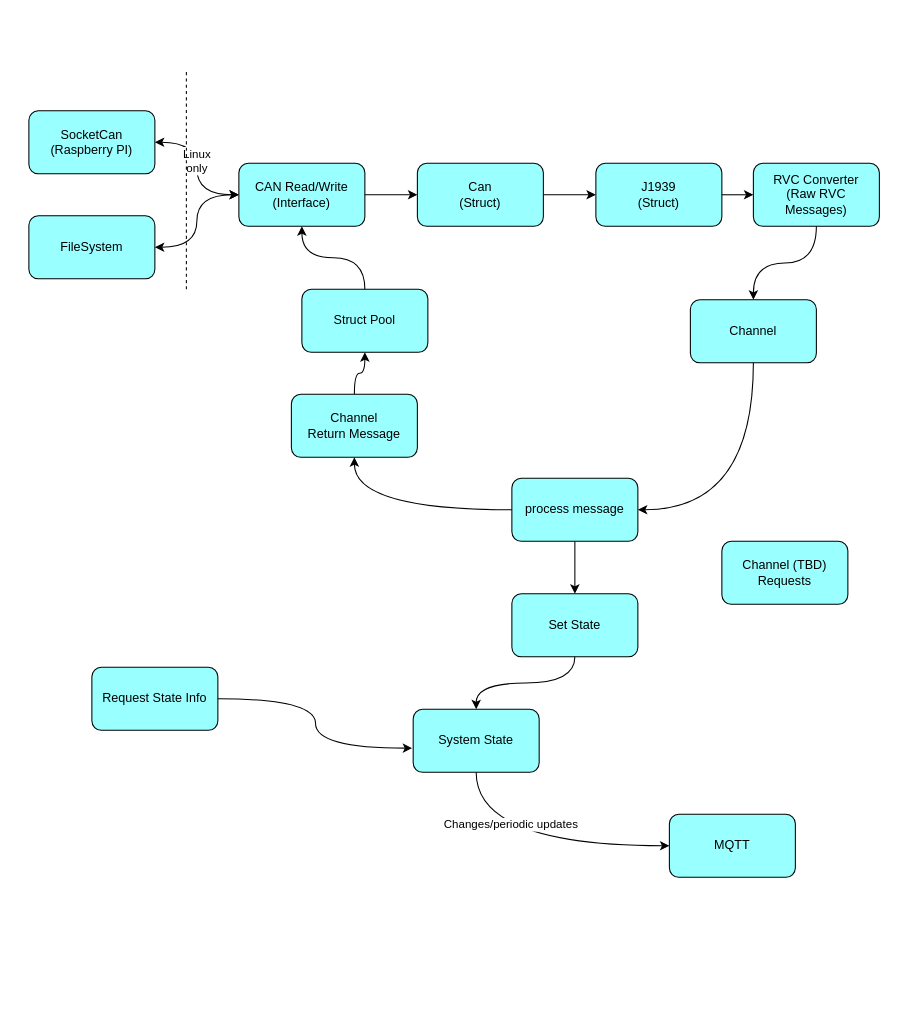
This is docs/design/rvctomqtt.drawio from tjmike/rvctomqtt, a draw.io file, before an edit. Source tidied: cells renumbered, new cells numbered last; positions are measured from the earlier drawing's top-left corner, leaving out a move shared by most shapes. Both pictures are drawn from the tidied source at 105%, with x=0, y=0 at pixel (28, 68).
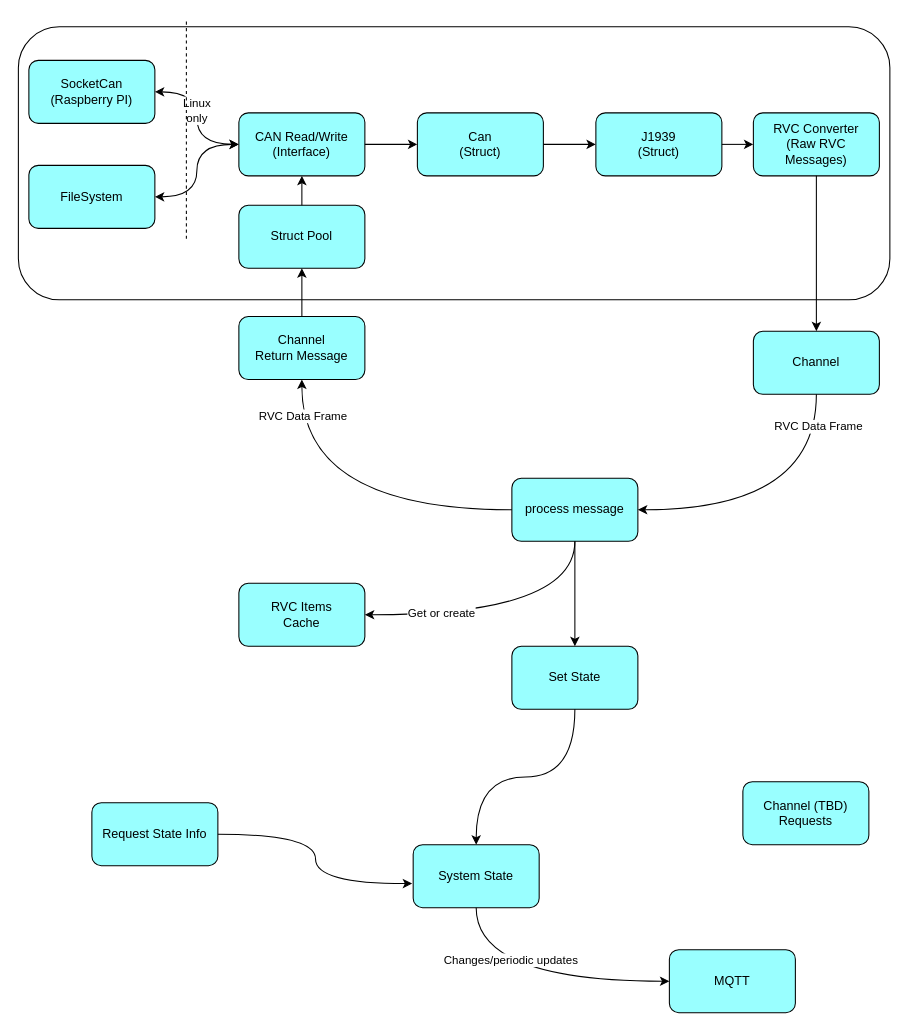
The same diagram, later.

Unchanged cells that the change refers to:
```xml
<mxCell id="9" value="process message" style="rounded=1;whiteSpace=wrap;html=1;fillColor=#99FFFF;" parent="1" vertex="1">
  <mxGeometry x="460" y="390" width="120" height="60" as="geometry" />
</mxCell>
<mxCell id="18" style="edgeStyle=orthogonalEdgeStyle;curved=1;rounded=0;jettySize=auto;html=1;entryX=1;entryY=0.5;entryDx=0;entryDy=0;startArrow=none;startFill=0;exitX=0.5;exitY=1;exitDx=0;exitDy=0;" parent="1" edge="1" source="14" target="9">
  <mxGeometry relative="1" as="geometry" />
</mxCell>
<mxCell id="21" style="edgeStyle=orthogonalEdgeStyle;curved=1;rounded=0;jettySize=auto;html=1;entryX=0.5;entryY=1;entryDx=0;entryDy=0;startArrow=none;startFill=0;exitX=0;exitY=0.5;exitDx=0;exitDy=0;" parent="1" edge="1" source="9" target="20">
  <mxGeometry relative="1" as="geometry" />
</mxCell>
```

The edit, as a diff of the source:
```diff
@@
+    <mxCell id="34" style="rounded=1;whiteSpace=wrap;html=1;fillColor=none;" parent="1" vertex="1">
+      <mxGeometry x="-10" y="-40" width="830" height="260" as="geometry" />
+    </mxCell>
@@
     <mxCell id="4" value="SocketCan (Raspberry PI)" style="rounded=1;whiteSpace=wrap;html=1;fillColor=#99FFFF;" parent="1" vertex="1">
-      <mxGeometry y="40" width="120" height="60" as="geometry" />
+      <mxGeometry y="-8" width="120" height="60" as="geometry" />
     </mxCell>
     <mxCell id="5" value="CAN Read/Write&lt;br&gt;(Interface)" style="rounded=1;whiteSpace=wrap;html=1;fillColor=#99FFFF;" parent="1" vertex="1">
-      <mxGeometry x="200" y="90" width="120" height="60" as="geometry" />
+      <mxGeometry x="200" y="42" width="120" height="60" as="geometry" />
     </mxCell>
     <mxCell id="6" value="FileSystem" style="rounded=1;whiteSpace=wrap;html=1;fillColor=#99FFFF;" parent="1" vertex="1">
-      <mxGeometry y="140" width="120" height="60" as="geometry" />
+      <mxGeometry y="92" width="120" height="60" as="geometry" />
     </mxCell>
     <mxCell id="7" value="Can&lt;br style=&quot;border-color: var(--border-color);&quot;&gt;(Struct)" style="rounded=1;whiteSpace=wrap;html=1;fillColor=#99FFFF;" parent="1" vertex="1">
-      <mxGeometry x="370" y="90" width="120" height="60" as="geometry" />
+      <mxGeometry x="370" y="42" width="120" height="60" as="geometry" />
     </mxCell>
     <mxCell id="8" value="RVC Converter&lt;br&gt;(Raw RVC Messages)" style="rounded=1;whiteSpace=wrap;html=1;fillColor=#99FFFF;" parent="1" vertex="1">
-      <mxGeometry x="690" y="90" width="120" height="60" as="geometry" />
+      <mxGeometry x="690" y="42" width="120" height="60" as="geometry" />
     </mxCell>
@@
     <mxCell id="13" style="endArrow=none;dashed=1;html=1;rounded=0;curved=1;" parent="1" edge="1">
       <mxGeometry relative="1" as="geometry">
-        <mxPoint x="150" y="210" as="sourcePoint" />
-        <mxPoint x="150" as="targetPoint" />
+        <mxPoint x="150" y="162" as="sourcePoint" />
+        <mxPoint x="150" y="-48" as="targetPoint" />
       </mxGeometry>
     </mxCell>
     <mxCell id="14" value="Channel" style="rounded=1;whiteSpace=wrap;html=1;fillColor=#99FFFF;" parent="1" vertex="1">
-      <mxGeometry x="630" y="220" width="120" height="60" as="geometry" />
+      <mxGeometry x="690" y="250" width="120" height="60" as="geometry" />
     </mxCell>
@@
     <mxCell id="16" value="Struct Pool" style="rounded=1;whiteSpace=wrap;html=1;fillColor=#99FFFF;" parent="1" vertex="1">
-      <mxGeometry x="260" y="210" width="120" height="60" as="geometry" />
+      <mxGeometry x="200" y="130" width="120" height="60" as="geometry" />
     </mxCell>
@@
+    <mxCell id="35" value="RVC Data Frame" style="edgeLabel;html=1;align=center;verticalAlign=middle;" parent="18" vertex="1">
+      <mxGeometry x="0.16" y="-19" relative="1" as="geometry">
+        <mxPoint x="53" y="-61" as="offset" />
+      </mxGeometry>
+    </mxCell>
@@
     <mxCell id="20" value="Channel&lt;br&gt;Return Message" style="rounded=1;whiteSpace=wrap;html=1;fillColor=#99FFFF;" parent="1" vertex="1">
-      <mxGeometry x="250" y="310" width="120" height="60" as="geometry" />
+      <mxGeometry x="200" y="236" width="120" height="60" as="geometry" />
     </mxCell>
@@
+    <mxCell id="36" value="RVC Data Frame" style="edgeLabel;html=1;align=center;verticalAlign=middle;" parent="21" vertex="1">
+      <mxGeometry x="-0.11" y="-24" relative="1" as="geometry">
+        <mxPoint x="-56" y="-66" as="offset" />
+      </mxGeometry>
+    </mxCell>
     <mxCell id="22" value="Set State" style="rounded=1;whiteSpace=wrap;html=1;fillColor=#99FFFF;" parent="1" vertex="1">
-      <mxGeometry x="460" y="500" width="120" height="60" as="geometry" />
+      <mxGeometry x="460" y="550" width="120" height="60" as="geometry" />
     </mxCell>
@@
     <mxCell id="24" value="System State" style="rounded=1;whiteSpace=wrap;html=1;fillColor=#99FFFF;" parent="1" vertex="1">
-      <mxGeometry x="366" y="610" width="120" height="60" as="geometry" />
+      <mxGeometry x="366" y="739" width="120" height="60" as="geometry" />
     </mxCell>
@@
     <mxCell id="26" value="MQTT" style="rounded=1;whiteSpace=wrap;html=1;fillColor=#99FFFF;" parent="1" vertex="1">
-      <mxGeometry x="610" y="710" width="120" height="60" as="geometry" />
+      <mxGeometry x="610" y="839" width="120" height="60" as="geometry" />
     </mxCell>
@@
     <mxCell id="29" value="Request State Info" style="rounded=1;whiteSpace=wrap;html=1;fillColor=#99FFFF;" parent="1" vertex="1">
-      <mxGeometry x="60" y="570" width="120" height="60" as="geometry" />
+      <mxGeometry x="60" y="699" width="120" height="60" as="geometry" />
     </mxCell>
@@
     <mxCell id="31" value="Channel (TBD)&lt;br&gt;Requests" style="rounded=1;whiteSpace=wrap;html=1;fillColor=#99FFFF;" parent="1" vertex="1">
-      <mxGeometry x="660" y="450" width="120" height="60" as="geometry" />
+      <mxGeometry x="680" y="679" width="120" height="60" as="geometry" />
     </mxCell>
     <mxCell id="32" value="J1939&lt;br&gt;(Struct)" style="rounded=1;whiteSpace=wrap;html=1;fillColor=#99FFFF;" parent="1" vertex="1">
-      <mxGeometry x="540" y="90" width="120" height="60" as="geometry" />
+      <mxGeometry x="540" y="42" width="120" height="60" as="geometry" />
     </mxCell>
@@
+    <mxCell id="37" value="RVC Items&lt;br&gt;Cache" style="rounded=1;whiteSpace=wrap;html=1;fillColor=#99FFFF;" parent="1" vertex="1">
+      <mxGeometry x="200" y="490" width="120" height="60" as="geometry" />
+    </mxCell>
+    <mxCell id="38" style="edgeStyle=orthogonalEdgeStyle;curved=1;rounded=0;jettySize=auto;html=1;entryX=1;entryY=0.5;entryDx=0;entryDy=0;startArrow=none;startFill=0;exitX=0.5;exitY=1;exitDx=0;exitDy=0;" parent="1" edge="1" source="9" target="37">
+      <mxGeometry relative="1" as="geometry" />
+    </mxCell>
+    <mxCell id="39" value="Get or create" style="edgeLabel;html=1;align=center;verticalAlign=middle;" parent="38" vertex="1">
+      <mxGeometry x="0.47" y="-2" relative="1" as="geometry" />
+    </mxCell>
```
